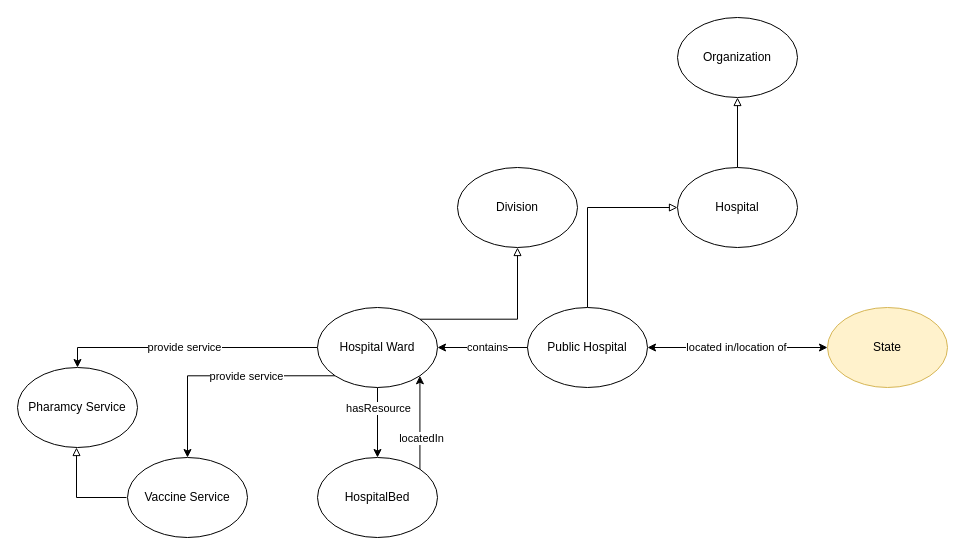
The draw.io diagram page "Hospital Ward" (6 of 6) of UPdate_ontology_Diagram_3.1.drawio in irhamniali/OGD_health, before the edit. Source tidied: cells renumbered, new cells numbered last; positions are measured from the earlier drawing's top-left corner, leaving out a move shared by most shapes. Both pictures are drawn from the tidied source at 100%, with x=0, y=0 at pixel (17, 17).
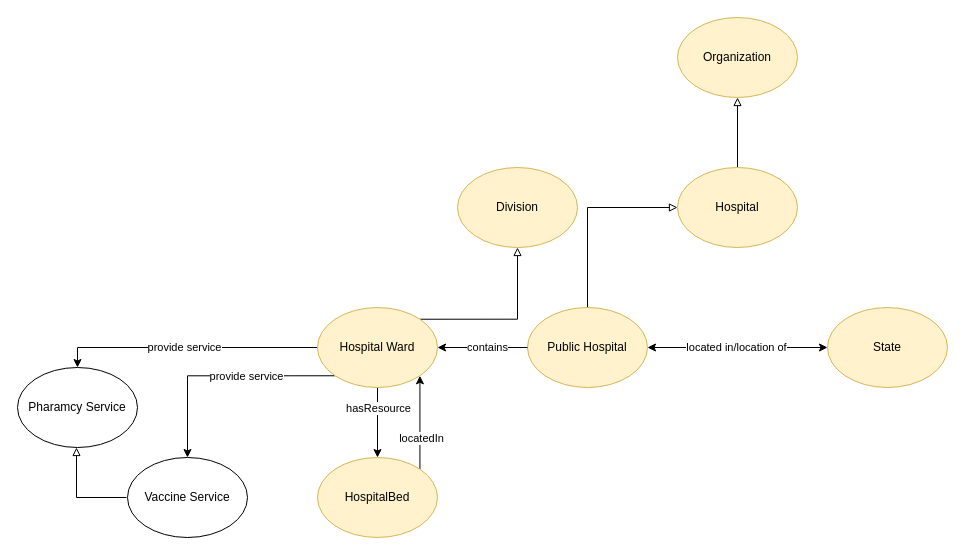
Above is the later version.

Diff of the diagram source:
```diff
@@
-    <mxCell id="6" value="Public Hospital" style="ellipse;whiteSpace=wrap;html=1;" parent="1" vertex="1">
+    <mxCell id="6" value="Public Hospital" style="ellipse;whiteSpace=wrap;html=1;fillColor=#fff2cc;strokeColor=#d6b656;" parent="1" vertex="1">
       <mxGeometry x="510" y="290" width="120" height="80" as="geometry" />
     </mxCell>
@@
-    <mxCell id="8" value="Hospital" style="ellipse;whiteSpace=wrap;html=1;" parent="1" vertex="1">
+    <mxCell id="8" value="Hospital" style="ellipse;whiteSpace=wrap;html=1;fillColor=#fff2cc;strokeColor=#d6b656;" parent="1" vertex="1">
       <mxGeometry x="660" y="150" width="120" height="80" as="geometry" />
     </mxCell>
-    <mxCell id="9" value="Organization" style="ellipse;whiteSpace=wrap;html=1;" parent="1" vertex="1">
+    <mxCell id="9" value="Organization" style="ellipse;whiteSpace=wrap;html=1;fillColor=#fff2cc;strokeColor=#d6b656;" parent="1" vertex="1">
       <mxGeometry x="660" width="120" height="80" as="geometry" />
     </mxCell>
@@
-    <mxCell id="19" value="Hospital Ward" style="ellipse;whiteSpace=wrap;html=1;" parent="1" vertex="1">
+    <mxCell id="19" value="Hospital Ward" style="ellipse;whiteSpace=wrap;html=1;fillColor=#fff2cc;strokeColor=#d6b656;" parent="1" vertex="1">
       <mxGeometry x="300" y="290" width="120" height="80" as="geometry" />
     </mxCell>
-    <mxCell id="20" value="Division" style="ellipse;whiteSpace=wrap;html=1;" parent="1" vertex="1">
+    <mxCell id="20" value="Division" style="ellipse;whiteSpace=wrap;html=1;fillColor=#fff2cc;strokeColor=#d6b656;" parent="1" vertex="1">
       <mxGeometry x="440" y="150" width="120" height="80" as="geometry" />
     </mxCell>
@@
-    <mxCell id="23" value="HospitalBed" style="ellipse;whiteSpace=wrap;html=1;" parent="1" vertex="1">
+    <mxCell id="23" value="HospitalBed" style="ellipse;whiteSpace=wrap;html=1;fillColor=#fff2cc;strokeColor=#d6b656;" parent="1" vertex="1">
       <mxGeometry x="300" y="440" width="120" height="80" as="geometry" />
     </mxCell>
```
